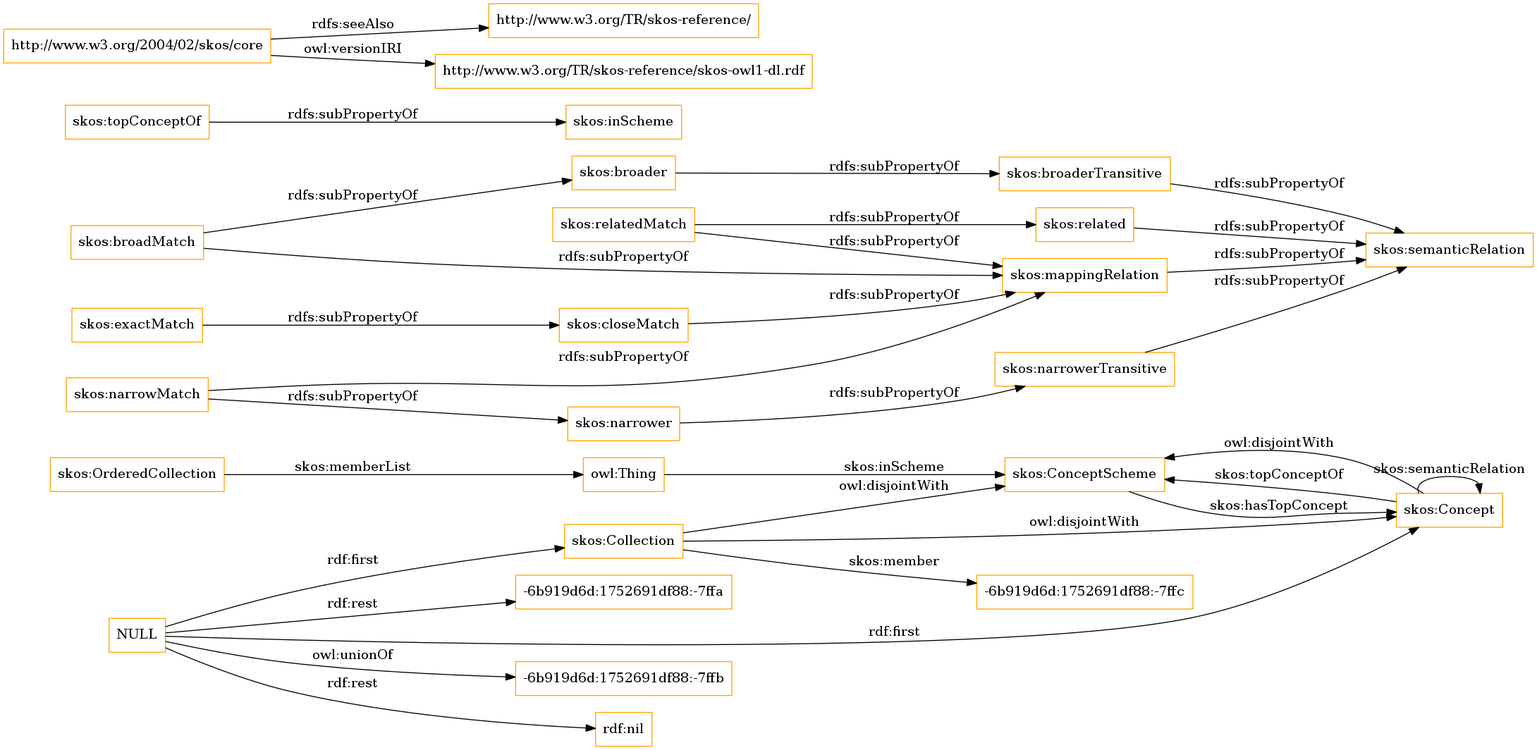
Earlier version of the Graphviz export OnToology/imports/skos.owl/diagrams/ar2dtool-class/skos.owl.png (OnToologyUser/core-ontology-1). Its source is kept beside it as OnToology/imports/skos.owl/diagrams/ar2dtool-class/skos.owl.png.dot.
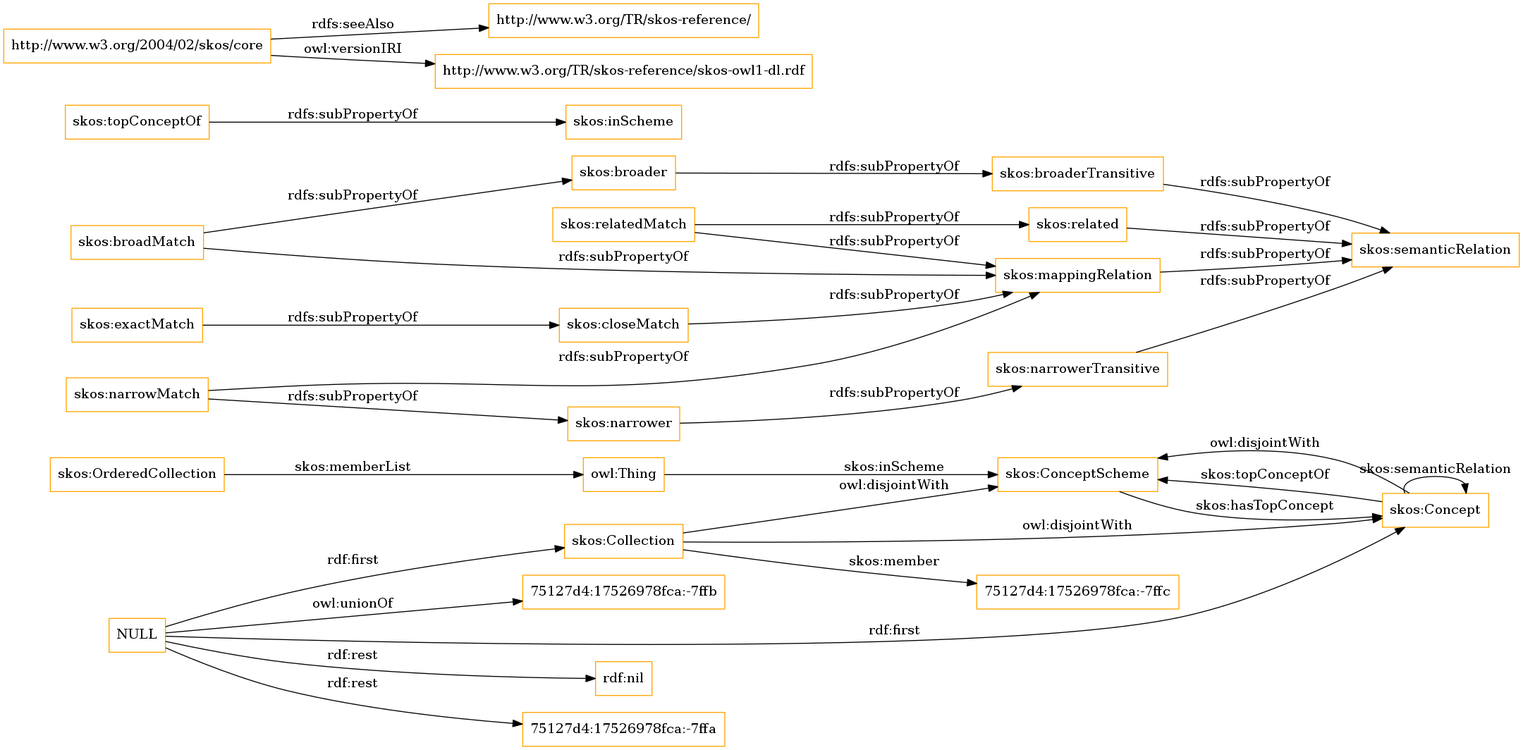
After the commit.

What changed in the source:
```diff
@@ -1,13 +1,13 @@
 digraph ar2dtool_diagram {
 rankdir=LR;
 size="1501"
-node [shape = rectangle, color="orange"]; "skos:OrderedCollection" "skos:ConceptScheme" "skos:Concept" "skos:Collection" "-6b919d6d:1752691df88:-7ffc" ; /*classes style*/
+node [shape = rectangle, color="orange"]; "skos:OrderedCollection" "skos:ConceptScheme" "skos:Concept" "skos:Collection" "75127d4:17526978fca:-7ffc" ; /*classes style*/
 	"skos:narrowerTransitive" -> "skos:semanticRelation" [ label = "rdfs:subPropertyOf" ];
-	"NULL" -> "-6b919d6d:1752691df88:-7ffb" [ label = "owl:unionOf" ];
 	"NULL" -> "rdf:nil" [ label = "rdf:rest" ];
 	"NULL" -> "skos:Concept" [ label = "rdf:first" ];
-	"NULL" -> "-6b919d6d:1752691df88:-7ffa" [ label = "rdf:rest" ];
+	"NULL" -> "75127d4:17526978fca:-7ffa" [ label = "rdf:rest" ];
 	"NULL" -> "skos:Collection" [ label = "rdf:first" ];
+	"NULL" -> "75127d4:17526978fca:-7ffb" [ label = "owl:unionOf" ];
 	"skos:closeMatch" -> "skos:mappingRelation" [ label = "rdfs:subPropertyOf" ];
 	"skos:Concept" -> "skos:ConceptScheme" [ label = "owl:disjointWith" ];
 	"skos:relatedMatch" -> "skos:related" [ label = "rdfs:subPropertyOf" ];
@@ -30,7 +30,7 @@
 	"skos:OrderedCollection" -> "owl:Thing" [ label = "skos:memberList" ];
 	"skos:Concept" -> "skos:ConceptScheme" [ label = "skos:topConceptOf" ];
 	"skos:Concept" -> "skos:Concept" [ label = "skos:semanticRelation" ];
-	"skos:Collection" -> "-6b919d6d:1752691df88:-7ffc" [ label = "skos:member" ];
+	"skos:Collection" -> "75127d4:17526978fca:-7ffc" [ label = "skos:member" ];
 	"skos:ConceptScheme" -> "skos:Concept" [ label = "skos:hasTopConcept" ];
 	"owl:Thing" -> "skos:ConceptScheme" [ label = "skos:inScheme" ];
 
```
